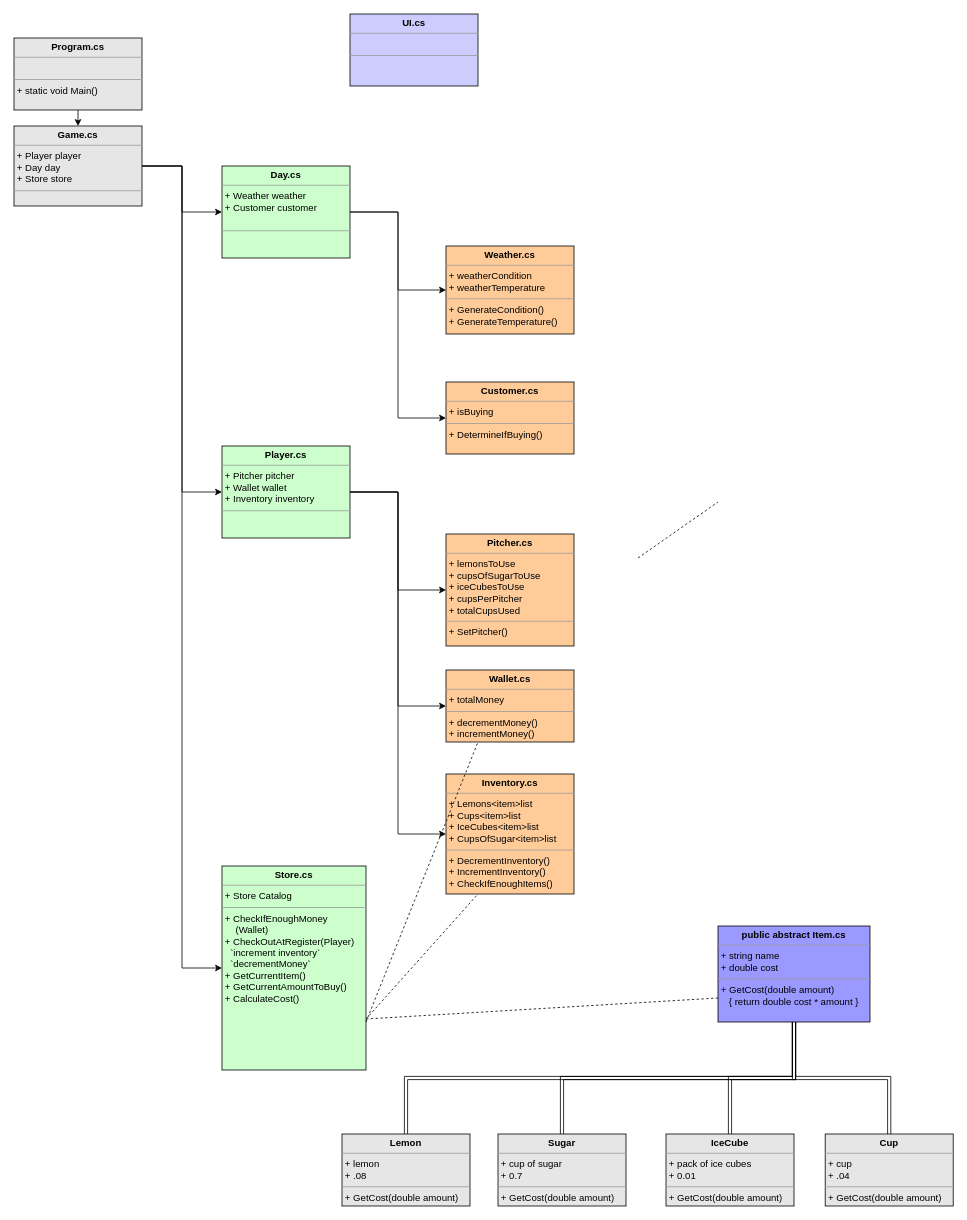
Above: lemonade_Stand_UML.drawio in jtbowles/_lemonade_Stand (draw.io), before the change. Source tidied: cells renumbered, new cells numbered last; positions are measured from the earlier drawing's top-left corner, leaving out a move shared by most shapes. Both pictures are drawn from the tidied source at 80%, with x=0, y=0 at pixel (14, 14).
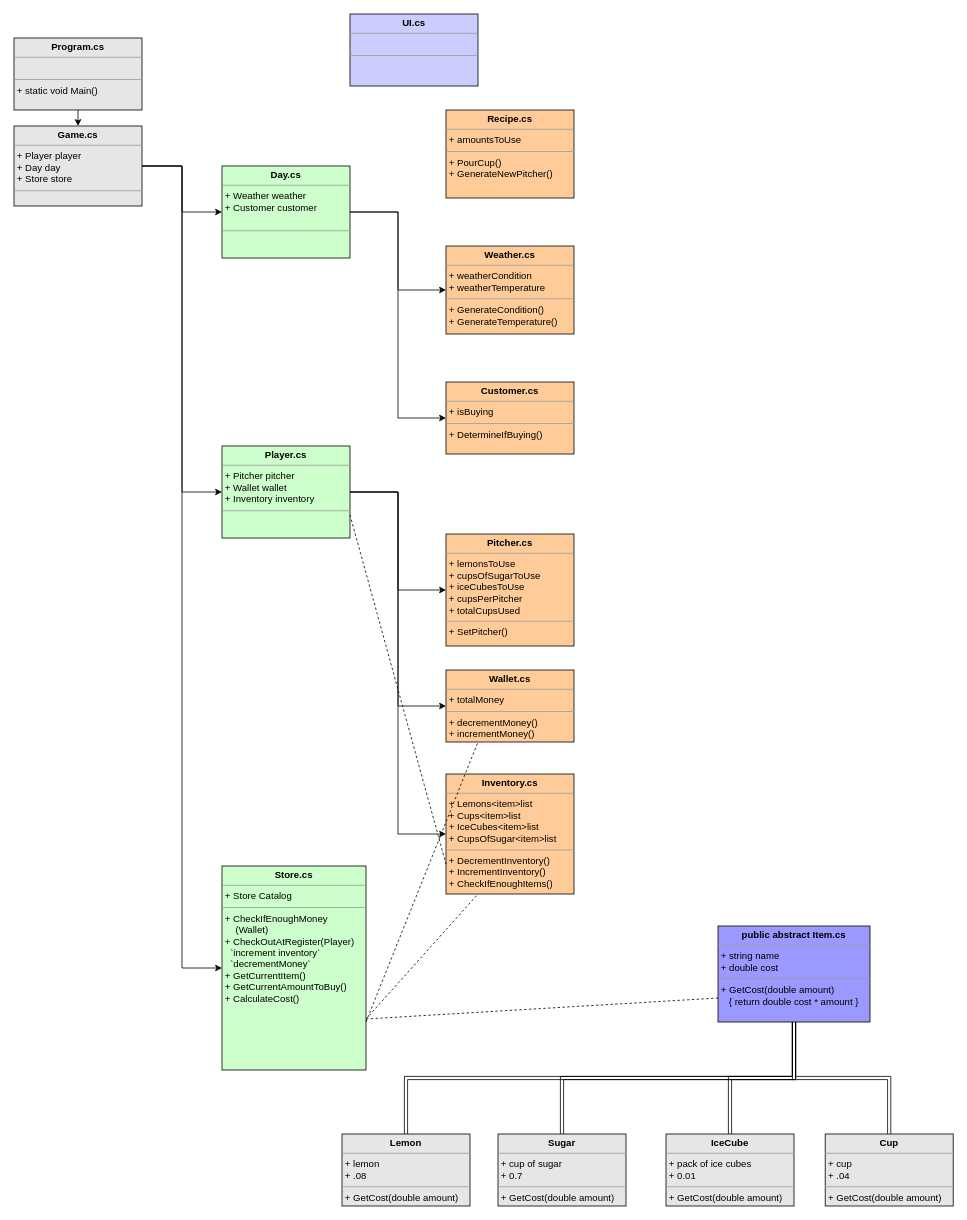
After the change.

The change refers to these unchanged cells:
```xml
<mxCell id="16" value="&lt;p style=&quot;margin: 0px ; margin-top: 4px ; text-align: center&quot;&gt;&lt;b&gt;Player.cs&lt;/b&gt;&lt;/p&gt;&lt;hr size=&quot;1&quot;&gt;&lt;p style=&quot;margin: 0px ; margin-left: 4px&quot;&gt;+ Pitcher pitcher&lt;/p&gt;&lt;p style=&quot;margin: 0px ; margin-left: 4px&quot;&gt;+ Wallet wallet&lt;/p&gt;&lt;p style=&quot;margin: 0px ; margin-left: 4px&quot;&gt;+ Inventory inventory&lt;/p&gt;&lt;hr size=&quot;1&quot;&gt;&lt;p style=&quot;margin: 0px ; margin-left: 4px&quot;&gt;&lt;br&gt;&lt;/p&gt;" style="verticalAlign=top;align=left;overflow=fill;fontSize=12;fontFamily=Helvetica;html=1;fillColor=#CCFFCC;" parent="1" vertex="1">
  <mxGeometry x="260" y="540" width="160" height="115" as="geometry" />
</mxCell>
<mxCell id="19" value="&lt;p style=&quot;margin: 0px ; margin-top: 4px ; text-align: center&quot;&gt;&lt;b&gt;Inventory.cs&lt;/b&gt;&lt;/p&gt;&lt;hr size=&quot;1&quot;&gt;&lt;p style=&quot;margin: 0px ; margin-left: 4px&quot;&gt;+ Lemons&amp;lt;item&amp;gt;list&lt;/p&gt;&lt;p style=&quot;margin: 0px ; margin-left: 4px&quot;&gt;+ Cups&amp;lt;item&amp;gt;list&lt;/p&gt;&lt;p style=&quot;margin: 0px ; margin-left: 4px&quot;&gt;+ IceCubes&amp;lt;item&amp;gt;list&lt;/p&gt;&lt;p style=&quot;margin: 0px ; margin-left: 4px&quot;&gt;+ CupsOfSugar&amp;lt;item&amp;gt;list&lt;/p&gt;&lt;hr size=&quot;1&quot;&gt;&lt;p style=&quot;margin: 0px ; margin-left: 4px&quot;&gt;+ DecrementInventory()&lt;/p&gt;&lt;p style=&quot;margin: 0px ; margin-left: 4px&quot;&gt;+ IncrementInventory()&lt;/p&gt;&lt;p style=&quot;margin: 0px ; margin-left: 4px&quot;&gt;+ CheckIfEnoughItems()&lt;/p&gt;" style="verticalAlign=top;align=left;overflow=fill;fontSize=12;fontFamily=Helvetica;html=1;fillColor=#FFCC99;" parent="1" vertex="1">
  <mxGeometry x="540" y="950" width="160" height="150" as="geometry" />
</mxCell>
```

What changed in the source:
```diff
@@
-    <mxCell id="34" style="endArrow=none;dashed=1;html=1;" parent="1" edge="1">
-      <mxGeometry relative="1" as="geometry">
-        <mxPoint x="780" y="680" as="sourcePoint" />
-        <mxPoint x="880" y="610" as="targetPoint" />
-      </mxGeometry>
+    <mxCell id="34" style="endArrow=none;dashed=1;html=1;exitX=1;exitY=0.75;exitDx=0;exitDy=0;entryX=0;entryY=0.75;entryDx=0;entryDy=0;" parent="1" edge="1" source="16" target="19">
+      <mxGeometry relative="1" as="geometry" />
     </mxCell>
+    <mxCell id="35" value="&lt;p style=&quot;margin: 0px ; margin-top: 4px ; text-align: center&quot;&gt;&lt;b&gt;Recipe.cs&lt;/b&gt;&lt;/p&gt;&lt;hr size=&quot;1&quot;&gt;&lt;p style=&quot;margin: 0px ; margin-left: 4px&quot;&gt;+ amountsToUse&lt;/p&gt;&lt;hr size=&quot;1&quot;&gt;&lt;p style=&quot;margin: 0px ; margin-left: 4px&quot;&gt;+ PourCup()&lt;/p&gt;&lt;p style=&quot;margin: 0px ; margin-left: 4px&quot;&gt;+ GenerateNewPitcher()&lt;/p&gt;" style="verticalAlign=top;align=left;overflow=fill;fontSize=12;fontFamily=Helvetica;html=1;fillColor=#FFCC99;" parent="1" vertex="1">
+      <mxGeometry x="540" y="120" width="160" height="110" as="geometry" />
+    </mxCell>
```
